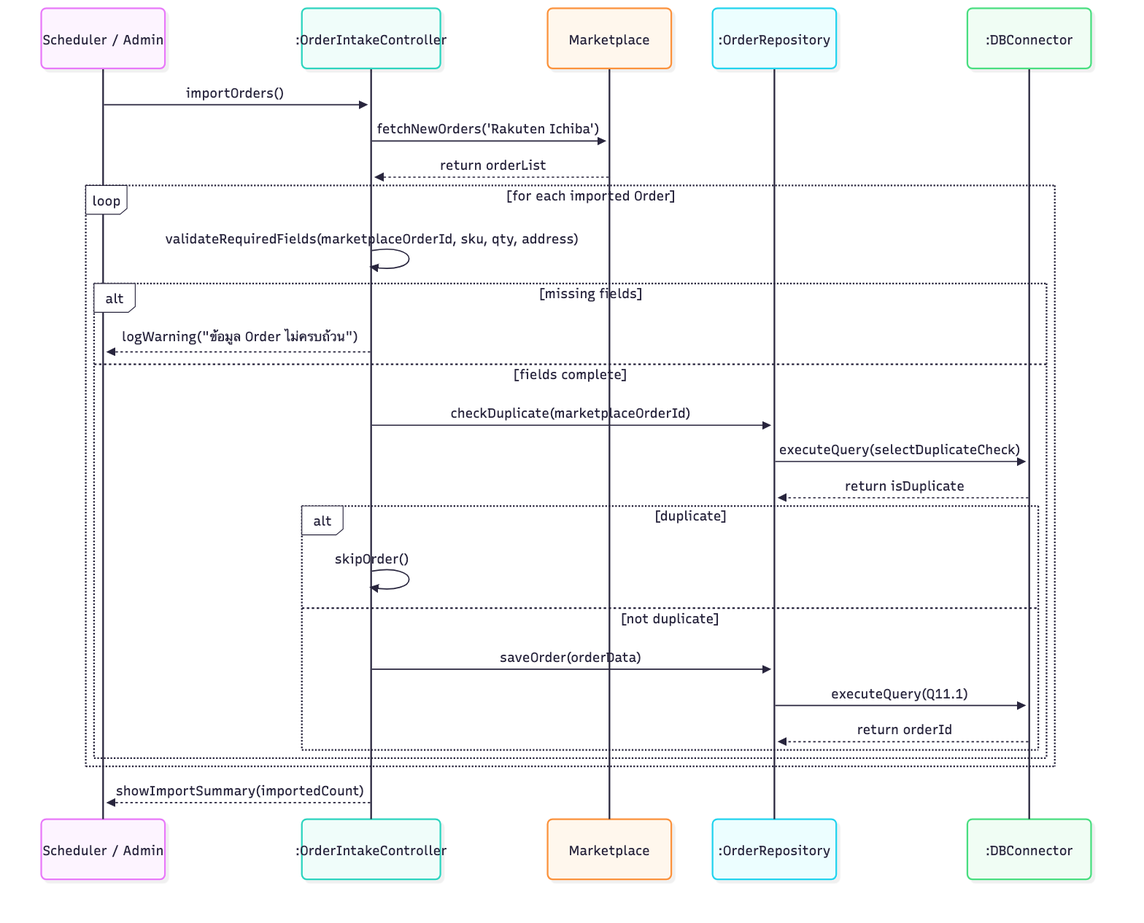
Above: 03-chapter2-use-case-descriptions/diagrams/png/4A-sequence.png in xbpkdi/321-sa-proj (Mermaid), before the change. Its source is kept beside it as 03-chapter2-use-case-descriptions/diagrams/mmd/4A-sequence.mmd.
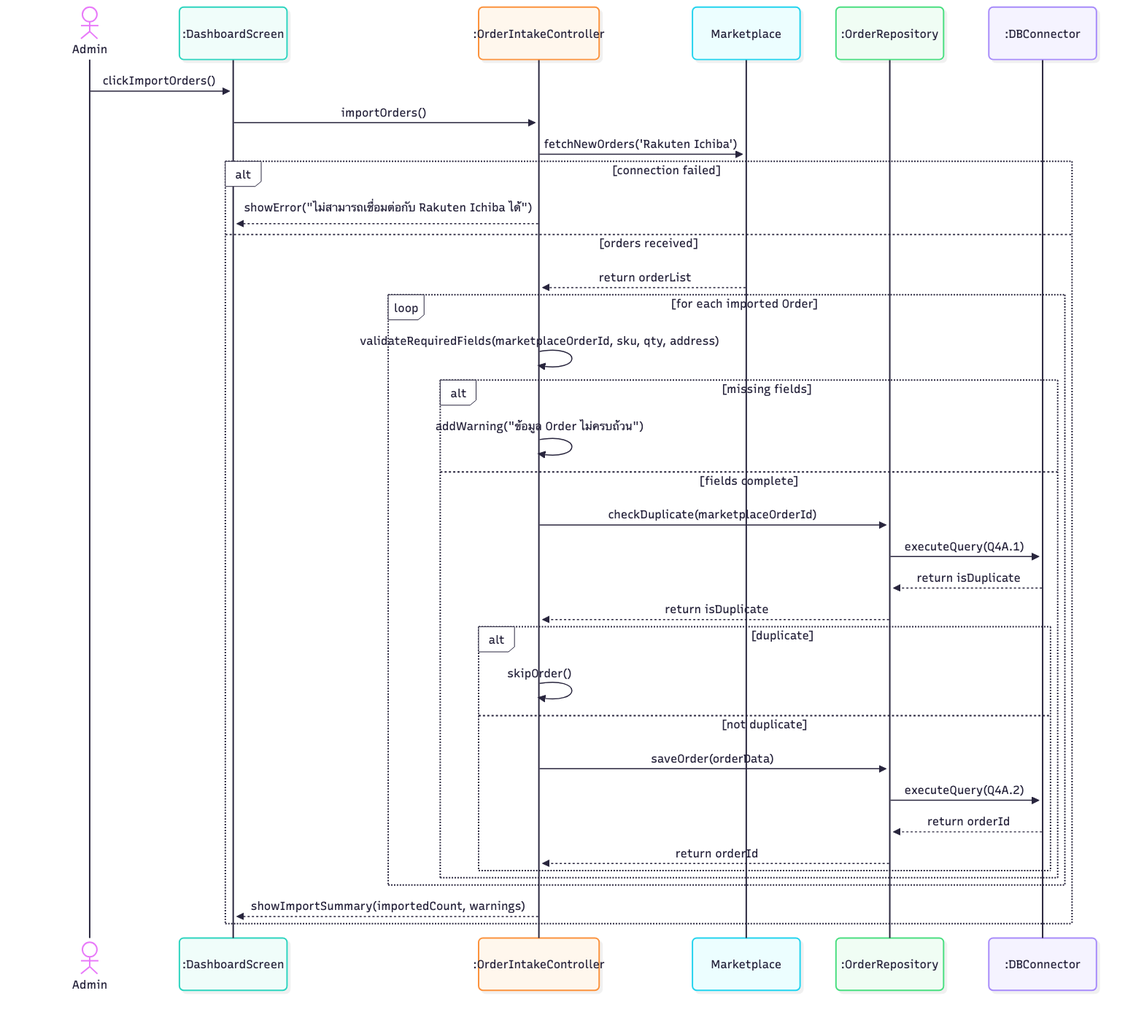
The same file after the commit.

What changed in the source:
```diff
@@ -1,28 +1,36 @@
 sequenceDiagram
-    participant Sched as Scheduler / Admin
+    actor Admin
+    participant Screen as :DashboardScreen
     participant OIC as :OrderIntakeController
     participant MP as Marketplace
     participant OrderRepo as :OrderRepository
     participant DB as :DBConnector
 
-    Sched->>OIC: importOrders()
+    Admin->>Screen: clickImportOrders()
+    Screen->>OIC: importOrders()
     OIC->>MP: fetchNewOrders('Rakuten Ichiba')
-    MP-->>OIC: return orderList
-    loop for each imported Order
-        OIC->>OIC: validateRequiredFields(marketplaceOrderId, sku, qty, address)
-        alt missing fields
-            OIC-->>Sched: logWarning("ข้อมูล Order ไม่ครบถ้วน")
-        else fields complete
-            OIC->>OrderRepo: checkDuplicate(marketplaceOrderId)
-            OrderRepo->>DB: executeQuery(selectDuplicateCheck)
-            DB-->>OrderRepo: return isDuplicate
-            alt duplicate
-                OIC->>OIC: skipOrder()
-            else not duplicate
-                OIC->>OrderRepo: saveOrder(orderData)
-                OrderRepo->>DB: executeQuery(Q11.1)
-                DB-->>OrderRepo: return orderId
+    alt connection failed
+        OIC-->>Screen: showError("ไม่สามารถเชื่อมต่อกับ Rakuten Ichiba ได้")
+    else orders received
+        MP-->>OIC: return orderList
+        loop for each imported Order
+            OIC->>OIC: validateRequiredFields(marketplaceOrderId, sku, qty, address)
+            alt missing fields
+                OIC->>OIC: addWarning("ข้อมูล Order ไม่ครบถ้วน")
+            else fields complete
+                OIC->>OrderRepo: checkDuplicate(marketplaceOrderId)
+                OrderRepo->>DB: executeQuery(Q4A.1)
+                DB-->>OrderRepo: return isDuplicate
+                OrderRepo-->>OIC: return isDuplicate
+                alt duplicate
+                    OIC->>OIC: skipOrder()
+                else not duplicate
+                    OIC->>OrderRepo: saveOrder(orderData)
+                    OrderRepo->>DB: executeQuery(Q4A.2)
+                    DB-->>OrderRepo: return orderId
+                    OrderRepo-->>OIC: return orderId
+                end
             end
         end
+        OIC-->>Screen: showImportSummary(importedCount, warnings)
     end
-    OIC-->>Sched: showImportSummary(importedCount)
```
